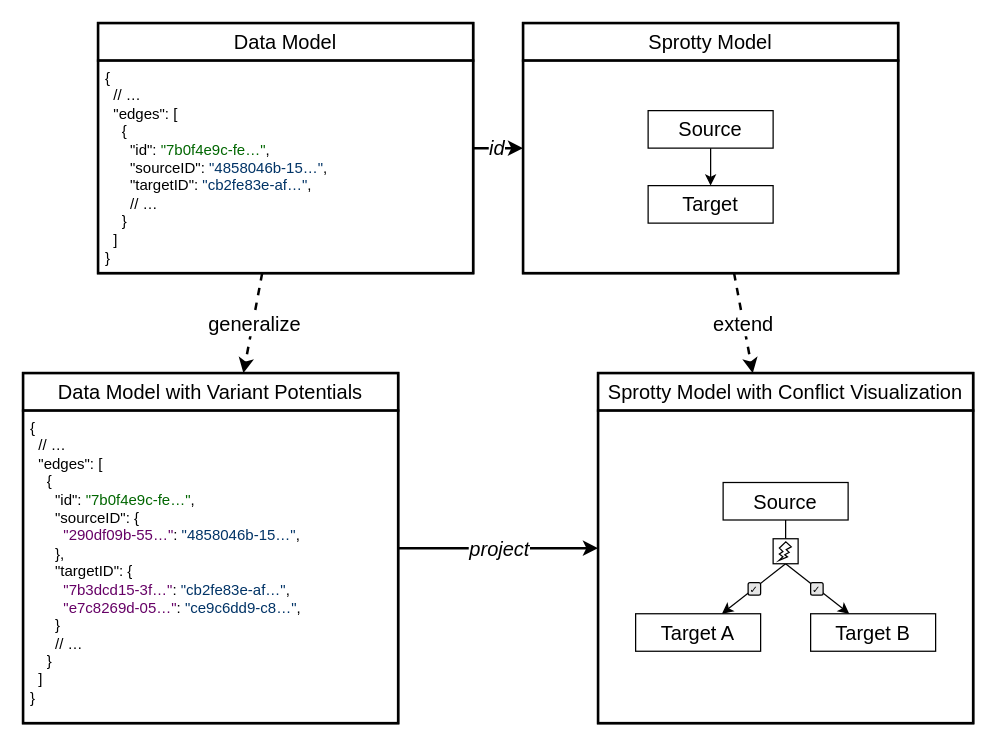
Earlier version of the draw.io diagram docs/vuepress/src/content/developer-guide/overview/assets/lazy-merging.drawio (SoweluAvanzo/DAO-ML_Cinco_Cloud_Editor). Source tidied: cells renumbered, new cells numbered last; positions are measured from the earlier drawing's top-left corner, leaving out a move shared by most shapes. Both pictures are drawn from the tidied source at 125%, with x=0, y=0 at pixel (22, 22).
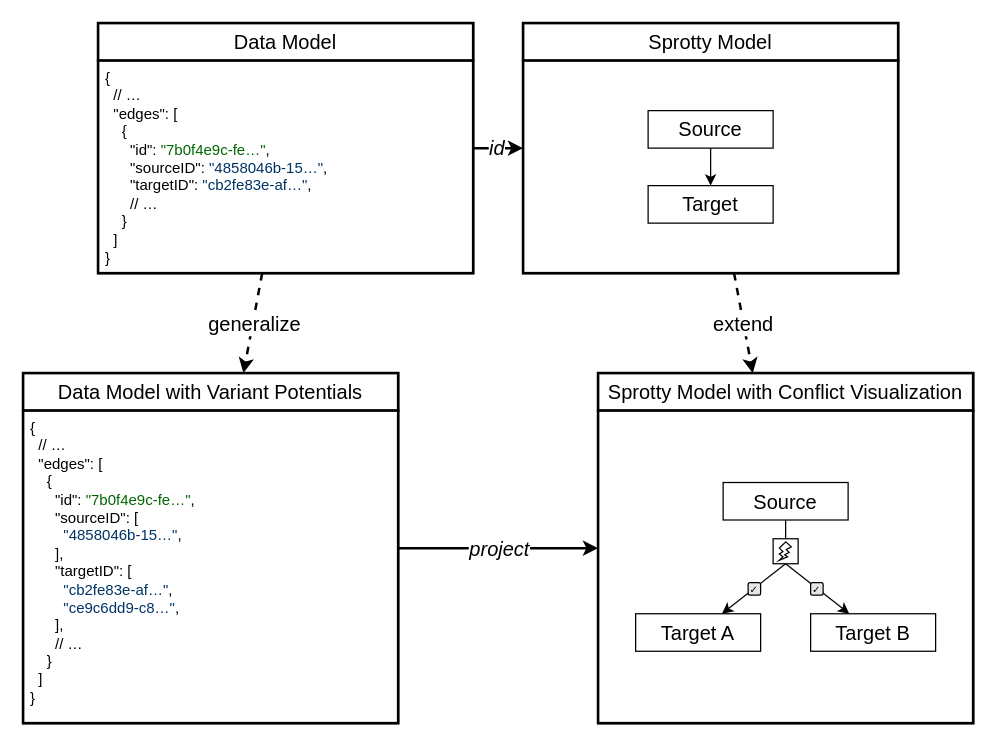
After the change.

Commit message (it also covers changes not shown here):
lazy-merging: Simplify sketch of data model with variant potentials

See #325

What changed in the source:
```diff
@@
-    <mxCell id="19" value="{&lt;br style=&quot;border-color: var(--border-color);&quot;&gt;&amp;nbsp; // …&lt;br style=&quot;border-color: var(--border-color);&quot;&gt;&amp;nbsp; &quot;edges&quot;: [&lt;br style=&quot;border-color: var(--border-color);&quot;&gt;&amp;nbsp; &amp;nbsp; {&lt;br style=&quot;border-color: var(--border-color);&quot;&gt;&amp;nbsp; &amp;nbsp; &amp;nbsp; &quot;id&quot;: &lt;font color=&quot;#006600&quot;&gt;&quot;7b0f4e9c-fe…&quot;&lt;/font&gt;,&lt;br style=&quot;border-color: var(--border-color);&quot;&gt;&amp;nbsp; &amp;nbsp; &amp;nbsp; &quot;sourceID&quot;: {&lt;br&gt;&amp;nbsp; &amp;nbsp; &amp;nbsp; &amp;nbsp; &lt;font color=&quot;#660066&quot;&gt;&quot;290df09b-55…&quot;&lt;/font&gt;: &lt;font color=&quot;#003366&quot;&gt;&quot;4858046b-15…&quot;&lt;/font&gt;,&lt;br&gt;&amp;nbsp; &amp;nbsp; &amp;nbsp; },&lt;br style=&quot;border-color: var(--border-color);&quot;&gt;&amp;nbsp; &amp;nbsp; &amp;nbsp; &quot;targetID&quot;: {&lt;br style=&quot;border-color: var(--border-color);&quot;&gt;&amp;nbsp; &amp;nbsp; &amp;nbsp; &amp;nbsp; &lt;font color=&quot;#660066&quot;&gt;&quot;7b3dcd15-3f…&quot;&lt;/font&gt;: &lt;font color=&quot;#003366&quot;&gt;&quot;cb2fe83e-af…&quot;&lt;/font&gt;,&lt;br style=&quot;border-color: var(--border-color);&quot;&gt;&amp;nbsp; &amp;nbsp; &amp;nbsp; &amp;nbsp; &lt;font color=&quot;#660066&quot;&gt;&quot;e7c8269d-05…&quot;&lt;/font&gt;: &lt;font color=&quot;#003366&quot;&gt;&quot;ce9c6dd9-c8…&quot;&lt;/font&gt;,&lt;br&gt;&amp;nbsp; &amp;nbsp; &amp;nbsp; }&lt;br style=&quot;border-color: var(--border-color);&quot;&gt;&amp;nbsp; &amp;nbsp; &amp;nbsp; // …&lt;br style=&quot;border-color: var(--border-color);&quot;&gt;&amp;nbsp; &amp;nbsp; }&lt;br style=&quot;border-color: var(--border-color);&quot;&gt;&amp;nbsp; ]&lt;br style=&quot;border-color: var(--border-color);&quot;&gt;}" style="rounded=0;whiteSpace=wrap;html=1;fontFamily=Source Code Pro;fontSize=12;align=left;verticalAlign=top;strokeWidth=2;spacingLeft=4;" parent="1" vertex="1">
+    <mxCell id="19" value="{&lt;br style=&quot;border-color: var(--border-color);&quot;&gt;&amp;nbsp; // …&lt;br style=&quot;border-color: var(--border-color);&quot;&gt;&amp;nbsp; &quot;edges&quot;: [&lt;br style=&quot;border-color: var(--border-color);&quot;&gt;&amp;nbsp; &amp;nbsp; {&lt;br style=&quot;border-color: var(--border-color);&quot;&gt;&amp;nbsp; &amp;nbsp; &amp;nbsp; &quot;id&quot;: &lt;font color=&quot;#006600&quot;&gt;&quot;7b0f4e9c-fe…&quot;&lt;/font&gt;,&lt;br style=&quot;border-color: var(--border-color);&quot;&gt;&amp;nbsp; &amp;nbsp; &amp;nbsp; &quot;sourceID&quot;: [&lt;br&gt;&amp;nbsp; &amp;nbsp; &amp;nbsp; &amp;nbsp; &lt;font color=&quot;#003366&quot;&gt;&quot;4858046b-15…&quot;&lt;/font&gt;,&lt;br&gt;&amp;nbsp; &amp;nbsp; &amp;nbsp; ],&lt;br style=&quot;border-color: var(--border-color);&quot;&gt;&amp;nbsp; &amp;nbsp; &amp;nbsp; &quot;targetID&quot;: [&lt;br style=&quot;border-color: var(--border-color);&quot;&gt;&amp;nbsp; &amp;nbsp; &amp;nbsp; &amp;nbsp; &lt;font color=&quot;#003366&quot;&gt;&quot;cb2fe83e-af…&quot;&lt;/font&gt;,&lt;br style=&quot;border-color: var(--border-color);&quot;&gt;&amp;nbsp; &amp;nbsp; &amp;nbsp; &amp;nbsp; &lt;font color=&quot;#003366&quot;&gt;&quot;ce9c6dd9-c8…&quot;&lt;/font&gt;,&lt;br&gt;&amp;nbsp; &amp;nbsp; &amp;nbsp; ],&lt;br style=&quot;border-color: var(--border-color);&quot;&gt;&amp;nbsp; &amp;nbsp; &amp;nbsp; // …&lt;br style=&quot;border-color: var(--border-color);&quot;&gt;&amp;nbsp; &amp;nbsp; }&lt;br style=&quot;border-color: var(--border-color);&quot;&gt;&amp;nbsp; ]&lt;br style=&quot;border-color: var(--border-color);&quot;&gt;}" style="rounded=0;whiteSpace=wrap;html=1;fontFamily=Source Code Pro;fontSize=12;align=left;verticalAlign=top;strokeWidth=2;spacingLeft=4;" parent="1" vertex="1">
       <mxGeometry y="310" width="300" height="250" as="geometry" />
     </mxCell>
```
